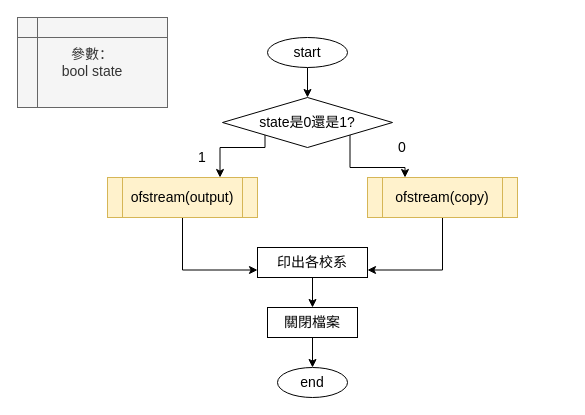
daniel29348679/Data-Structure keeps this draw.io diagram as page "sheet.writefile" (3 of 7) of WH2/DS1101ex2_流程圖們.drawio. Above is the earlier version. Source tidied: cells renumbered, new cells numbered last; positions are measured from the earlier drawing's top-left corner, leaving out a move shared by most shapes. Both pictures are drawn from the tidied source at 100%, with x=0, y=0 at pixel (17, 17).
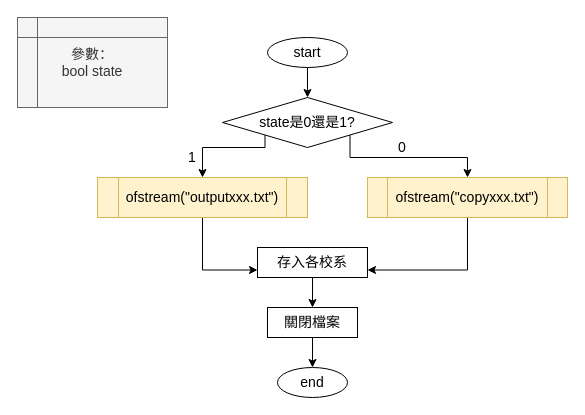
The same page after the edit.

Unchanged cells that the change refers to:
```xml
<mxCell id="7" value="state是0還是1?" style="rhombus;whiteSpace=wrap;html=1;fontSize=14;" parent="1" vertex="1">
  <mxGeometry x="205" y="80" width="170" height="50" as="geometry" />
</mxCell>
```

Diff of the diagram source:
```diff
@@
-    <mxCell id="5" style="edgeStyle=orthogonalEdgeStyle;rounded=0;jettySize=auto;html=1;exitX=0;exitY=1;exitDx=0;exitDy=0;entryX=0.75;entryY=0;entryDx=0;entryDy=0;fontSize=14;" parent="1" edge="1" source="7" target="9">
+    <mxCell id="5" style="edgeStyle=orthogonalEdgeStyle;rounded=0;jettySize=auto;html=1;exitX=0;exitY=1;exitDx=0;exitDy=0;entryX=0.5;entryY=0;entryDx=0;entryDy=0;fontSize=14;" parent="1" edge="1" source="7" target="9">
       <mxGeometry relative="1" as="geometry">
         <Array as="points">
-          <mxPoint x="247" y="130" />
-          <mxPoint x="203" y="130" />
+          <mxPoint x="248" y="130" />
+          <mxPoint x="185" y="130" />
         </Array>
       </mxGeometry>
     </mxCell>
-    <mxCell id="6" style="edgeStyle=orthogonalEdgeStyle;rounded=0;jettySize=auto;html=1;exitX=1;exitY=1;exitDx=0;exitDy=0;entryX=0.25;entryY=0;entryDx=0;entryDy=0;fontSize=14;" parent="1" edge="1" source="7" target="11">
-      <mxGeometry relative="1" as="geometry" />
+    <mxCell id="6" style="edgeStyle=orthogonalEdgeStyle;rounded=0;jettySize=auto;html=1;exitX=1;exitY=1;exitDx=0;exitDy=0;entryX=0.5;entryY=0;entryDx=0;entryDy=0;fontSize=14;" parent="1" edge="1" source="7" target="11">
+      <mxGeometry relative="1" as="geometry">
+        <Array as="points">
+          <mxPoint x="333" y="140" />
+          <mxPoint x="450" y="140" />
+        </Array>
+      </mxGeometry>
     </mxCell>
@@
-    <mxCell id="9" value="ofstream(output)" style="shape=process;whiteSpace=wrap;html=1;backgroundOutline=1;fontSize=14;fillColor=#fff2cc;strokeColor=#d6b656;" parent="1" vertex="1">
-      <mxGeometry x="90" y="160" width="150" height="40" as="geometry" />
+    <mxCell id="9" value="ofstream(&quot;outputxxx.txt&quot;)" style="shape=process;whiteSpace=wrap;html=1;backgroundOutline=1;fontSize=14;fillColor=#fff2cc;strokeColor=#d6b656;" parent="1" vertex="1">
+      <mxGeometry x="80" y="160" width="210" height="40" as="geometry" />
     </mxCell>
@@
-    <mxCell id="11" value="ofstream(copy)" style="shape=process;whiteSpace=wrap;html=1;backgroundOutline=1;fontSize=14;fillColor=#fff2cc;strokeColor=#d6b656;" parent="1" vertex="1">
-      <mxGeometry x="350" y="160" width="150" height="40" as="geometry" />
+    <mxCell id="11" value="ofstream(&quot;copyxxx.txt&quot;)" style="shape=process;whiteSpace=wrap;html=1;backgroundOutline=1;fontSize=14;fillColor=#fff2cc;strokeColor=#d6b656;" parent="1" vertex="1">
+      <mxGeometry x="350" y="160" width="200" height="40" as="geometry" />
     </mxCell>
@@
-    <mxCell id="13" value="印出各校系" style="rounded=0;whiteSpace=wrap;html=1;fontSize=14;" parent="1" vertex="1">
+    <mxCell id="13" value="存入各校系" style="rounded=0;whiteSpace=wrap;html=1;fontSize=14;" parent="1" vertex="1">
       <mxGeometry x="240" y="230" width="110" height="30" as="geometry" />
     </mxCell>
@@
     <mxCell id="17" value="1" style="text;html=1;strokeColor=none;fillColor=none;align=center;verticalAlign=middle;whiteSpace=wrap;rounded=0;fontSize=14;" parent="1" vertex="1">
-      <mxGeometry x="170" y="130" width="30" height="20" as="geometry" />
+      <mxGeometry x="160" y="130" width="30" height="20" as="geometry" />
     </mxCell>
```
